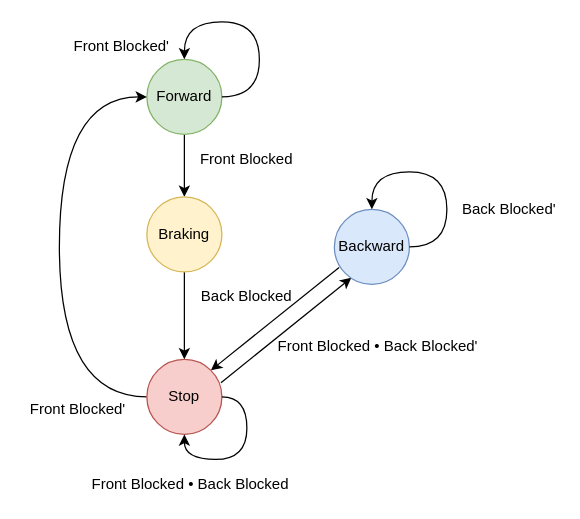
Before: docs/presentation/drawio/finite-state-machine.drawio in Stykk-Gruppen/rts-project, a draw.io diagram. Source tidied: cells renumbered, new cells numbered last; positions are measured from the earlier drawing's top-left corner, leaving out a move shared by most shapes. Both pictures are drawn from the tidied source at 125%, with x=0, y=0 at pixel (21, 21).
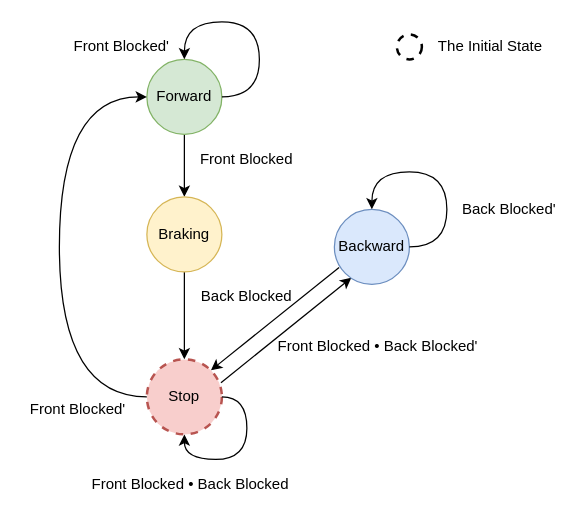
The same diagram, later.

Commit message (it also covers changes not shown here):
Updated fsm drawing to point out the inital state

What changed in the source:
```diff
@@
-    <mxCell id="8" value="Stop" style="ellipse;whiteSpace=wrap;html=1;fillColor=#f8cecc;strokeColor=#b85450;" parent="1" vertex="1">
+    <mxCell id="8" value="Stop" style="ellipse;whiteSpace=wrap;html=1;fillColor=#f8cecc;strokeColor=#b85450;dashed=1;strokeWidth=2;" parent="1" vertex="1">
       <mxGeometry x="100" y="270" width="60" height="60" as="geometry" />
     </mxCell>
@@
+    <mxCell id="21" style="ellipse;whiteSpace=wrap;html=1;dashed=1;strokeWidth=2;" parent="1" vertex="1">
+      <mxGeometry x="300" y="10" width="20" height="20" as="geometry" />
+    </mxCell>
+    <mxCell id="22" value="The Initial State" style="text;html=1;strokeColor=none;fillColor=none;align=center;verticalAlign=middle;whiteSpace=wrap;rounded=0;dashed=1;" parent="1" vertex="1">
+      <mxGeometry x="320" y="10" width="110" height="20" as="geometry" />
+    </mxCell>
```
